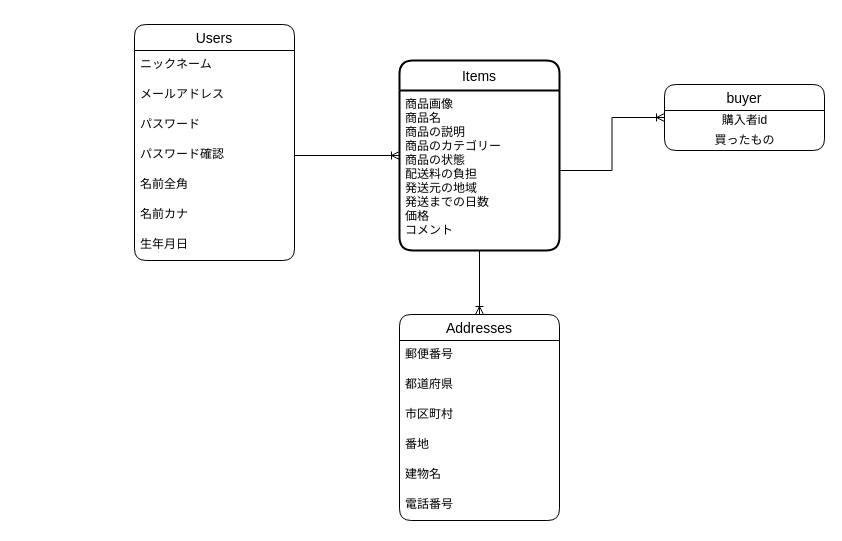
Earlier version of the draw.io diagram .dio (itonaga-takao/furima-34723). Source tidied: cells renumbered, new cells numbered last; positions are measured from the earlier drawing's top-left corner, leaving out a move shared by most shapes. Both pictures are drawn from the tidied source at 100%, with x=0, y=0 at pixel (24, 24).
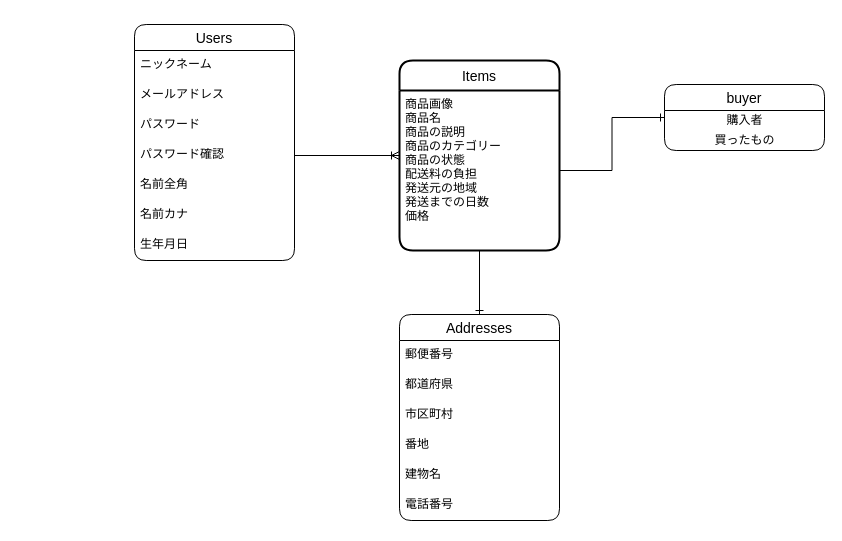
After the change.

Unchanged cells that the change refers to:
```xml
<mxCell id="3" value="buyer" style="swimlane;fontStyle=0;horizontal=1;startSize=26;align=center;fontSize=14;rounded=1;" parent="1" vertex="1">
  <mxGeometry x="640" y="60" width="160" height="66" as="geometry" />
</mxCell>
<mxCell id="6" value="Addresses" style="swimlane;fontStyle=0;horizontal=1;startSize=26;align=center;fontSize=14;rounded=1;" parent="1" vertex="1">
  <mxGeometry x="375" y="290" width="160" height="206" as="geometry" />
</mxCell>
<mxCell id="22" value="Items" style="swimlane;horizontal=1;startSize=30;rounded=1;fontSize=14;fontStyle=0;strokeWidth=2;shadow=0;dashed=0;align=center;" parent="1" vertex="1">
  <mxGeometry x="375" y="36" width="160" height="190" as="geometry" />
</mxCell>
```

What changed in the source:
```diff
@@
-    <mxCell id="4" value="購入者id" style="text;html=1;align=center;verticalAlign=middle;" parent="3" vertex="1">
+    <mxCell id="4" value="購入者" style="text;html=1;align=center;verticalAlign=middle;" parent="3" vertex="1">
       <mxGeometry y="26" width="160" height="20" as="geometry" />
     </mxCell>
@@
-    <mxCell id="23" value="商品画像&#10;商品名&#10;商品の説明&#10;商品のカテゴリー&#10;商品の状態&#10;配送料の負担&#10;発送元の地域&#10;発送までの日数&#10;価格&#10;コメント&#10;" style="align=left;strokeColor=none;fillColor=none;spacingLeft=4;fontSize=12;verticalAlign=top;" parent="22" vertex="1">
+    <mxCell id="23" value="商品画像&#10;商品名&#10;商品の説明&#10;商品のカテゴリー&#10;商品の状態&#10;配送料の負担&#10;発送元の地域&#10;発送までの日数&#10;価格&#10;&#10;" style="align=left;strokeColor=none;fillColor=none;spacingLeft=4;fontSize=12;verticalAlign=top;" parent="22" vertex="1">
       <mxGeometry y="30" width="160" height="160" as="geometry" />
     </mxCell>
@@
-    <mxCell id="25" style="edgeStyle=orthogonalEdgeStyle;rounded=0;jettySize=auto;html=1;exitX=1;exitY=0.5;exitDx=0;exitDy=0;entryX=0;entryY=0.5;entryDx=0;entryDy=0;endArrow=ERoneToMany;endFill=0;" parent="1" edge="1" source="23" target="3">
+    <mxCell id="25" style="edgeStyle=orthogonalEdgeStyle;rounded=0;jettySize=auto;html=1;exitX=1;exitY=0.5;exitDx=0;exitDy=0;entryX=0;entryY=0.5;entryDx=0;entryDy=0;endArrow=ERone;endFill=0;" parent="1" edge="1" source="23" target="3">
       <mxGeometry relative="1" as="geometry" />
     </mxCell>
-    <mxCell id="26" style="edgeStyle=orthogonalEdgeStyle;rounded=0;jettySize=auto;html=1;exitX=0.5;exitY=1;exitDx=0;exitDy=0;entryX=0.5;entryY=0;entryDx=0;entryDy=0;endArrow=ERoneToMany;endFill=0;" parent="1" edge="1" source="23" target="6">
+    <mxCell id="26" style="edgeStyle=orthogonalEdgeStyle;rounded=0;jettySize=auto;html=1;exitX=0.5;exitY=1;exitDx=0;exitDy=0;entryX=0.5;entryY=0;entryDx=0;entryDy=0;endArrow=ERone;endFill=0;" parent="1" edge="1" source="23" target="6">
       <mxGeometry relative="1" as="geometry" />
     </mxCell>
```
